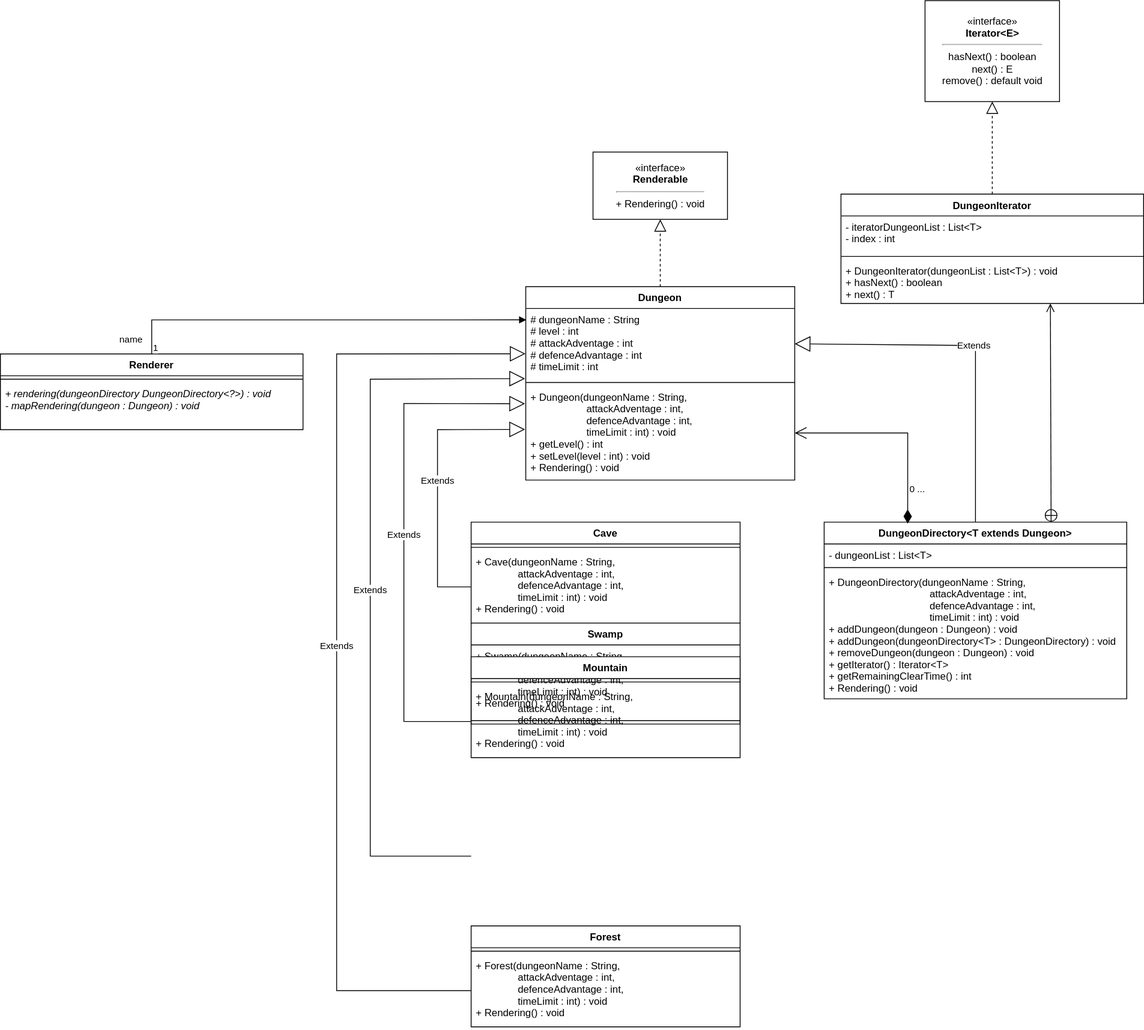
Earlier version of the draw.io export app/src/main/resources/composite_iterator/composite_iterator.drawio.svg (jongHyeon0000/DesignPattern-example). Source tidied: cells renumbered, new cells last; positions are measured from the earlier drawing's top-left corner, leaving out a move shared by most shapes.
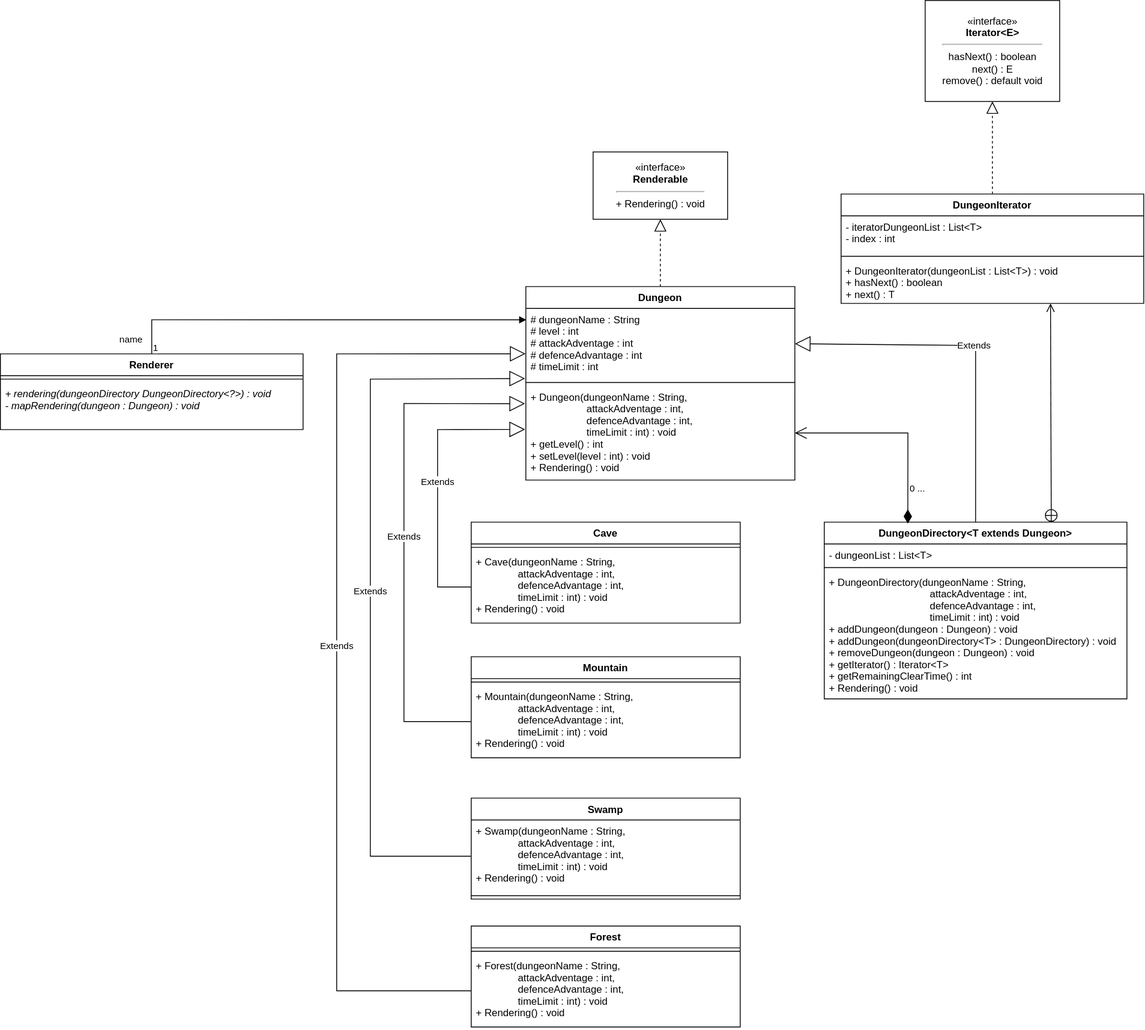
The same diagram one commit later.

The edit, as a diff of the source:
```diff
@@ -39,7 +39,7 @@
       <mxGeometry y="34" width="320" height="86" as="geometry" />
     </mxCell>
     <mxCell id="14" value="Swamp" style="swimlane;fontStyle=1;align=center;verticalAlign=top;horizontal=1;startSize=26;" parent="1" vertex="1">
-      <mxGeometry x="560" y="740" width="320" height="120" as="geometry" />
+      <mxGeometry x="560" y="948" width="320" height="120" as="geometry" />
     </mxCell>
     <mxCell id="15" value="+ Swamp(dungeonName : String,&#10;               attackAdventage : int,&#10;               defenceAdvantage : int,&#10;               timeLimit : int) : void&#10;+ Rendering() : void" style="text;strokeColor=none;fillColor=none;align=left;verticalAlign=top;spacingLeft=4;spacingRight=4;overflow=hidden;points=[[0,0.5],[1,0.5]];portConstraint=eastwest;" parent="14" vertex="1">
       <mxGeometry y="26" width="320" height="86" as="geometry" />
@@ -89,9 +89,8 @@
         </Array>
       </mxGeometry>
     </mxCell>
-    <mxCell id="26" value="Extends" style="endArrow=block;endSize=16;endFill=0;html=1;rounded=0;entryX=-0.003;entryY=0.992;entryDx=0;entryDy=0;entryPerimeter=0;exitX=0;exitY=0.5;exitDx=0;exitDy=0;" parent="1" edge="1" target="3">
+    <mxCell id="26" value="Extends" style="endArrow=block;endSize=16;endFill=0;html=1;rounded=0;entryX=-0.003;entryY=0.992;entryDx=0;entryDy=0;entryPerimeter=0;exitX=0;exitY=0.5;exitDx=0;exitDy=0;" parent="1" edge="1" source="15" target="3">
       <mxGeometry relative="1" as="geometry">
-        <mxPoint x="560" y="1017" as="sourcePoint" />
         <Array as="points">
           <mxPoint x="440" y="1017" />
           <mxPoint x="440" y="450" />
```
